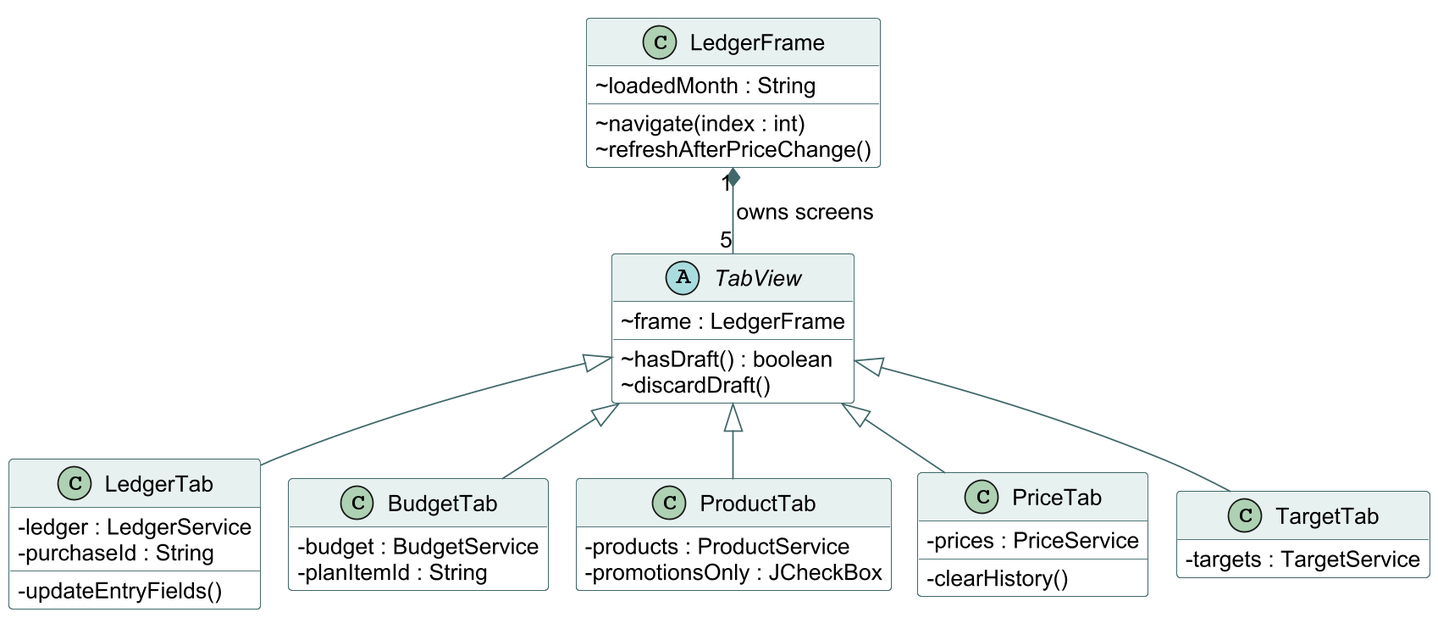
The PlantUML diagram doc/class-storage-ui.png in hyeonsu-test/smart-grocery-ledger, before a commit.
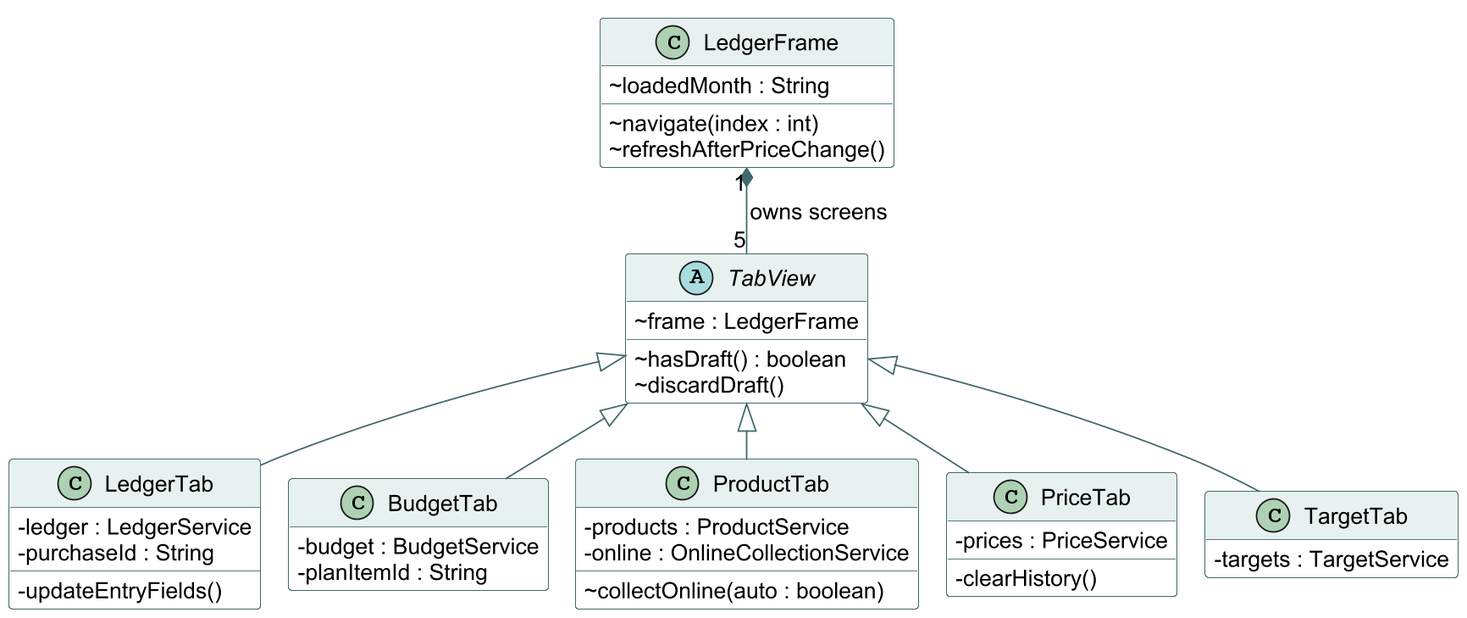
After the commit.

The edit, as a diff of the source:
```diff
@@ -32,7 +32,8 @@
 }
 class ProductTab {
   - products : ProductService
-  - promotionsOnly : JCheckBox
+  - online : OnlineCollectionService
+  ~ collectOnline(auto : boolean)
 }
 class PriceTab {
   - prices : PriceService
```
